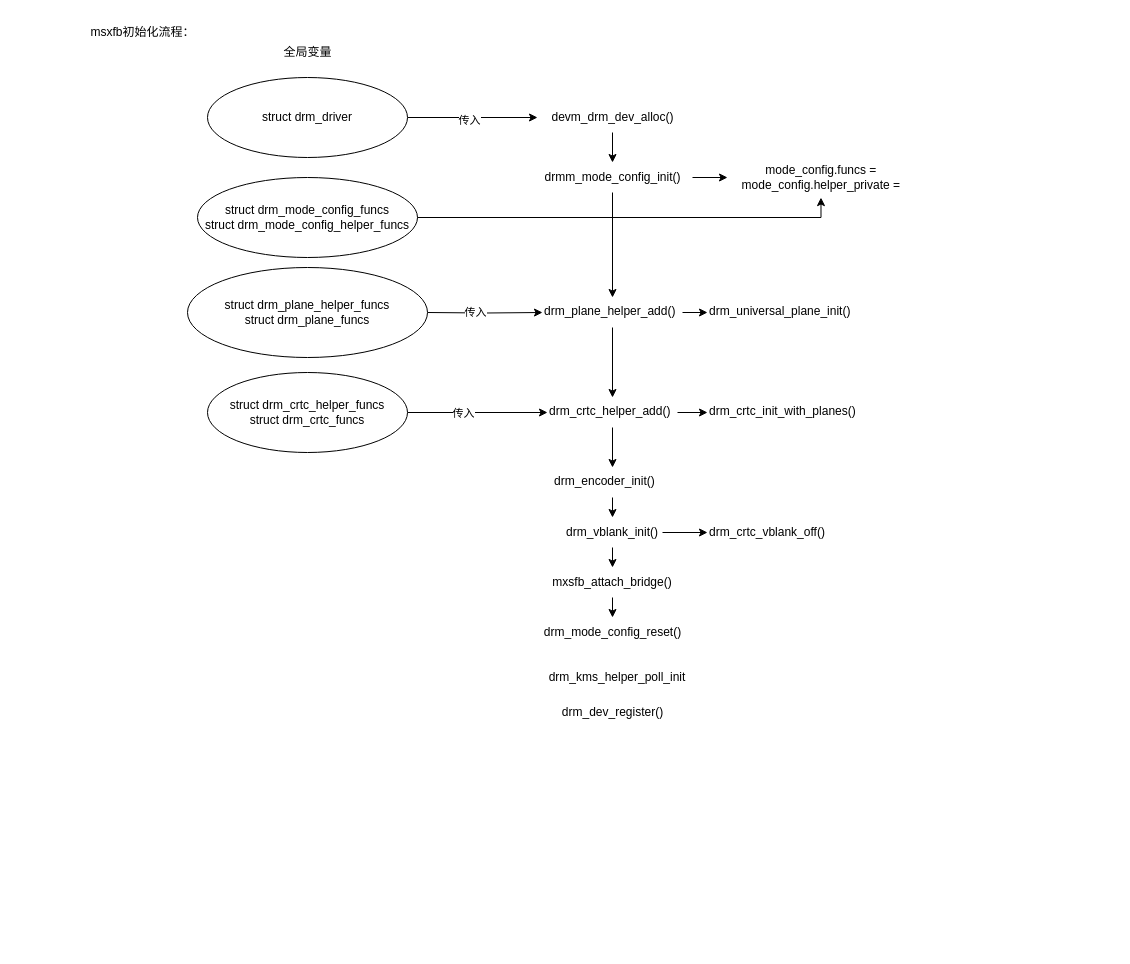
This is drm_driver_init.drawio from YC-Xiang/draw.io, a draw.io file, before an edit. Source tidied: cells renumbered, new cells numbered last; positions are measured from the earlier drawing's top-left corner, leaving out a move shared by most shapes. Both pictures are drawn from the tidied source at 100%, with x=0, y=0 at pixel (77, 17).
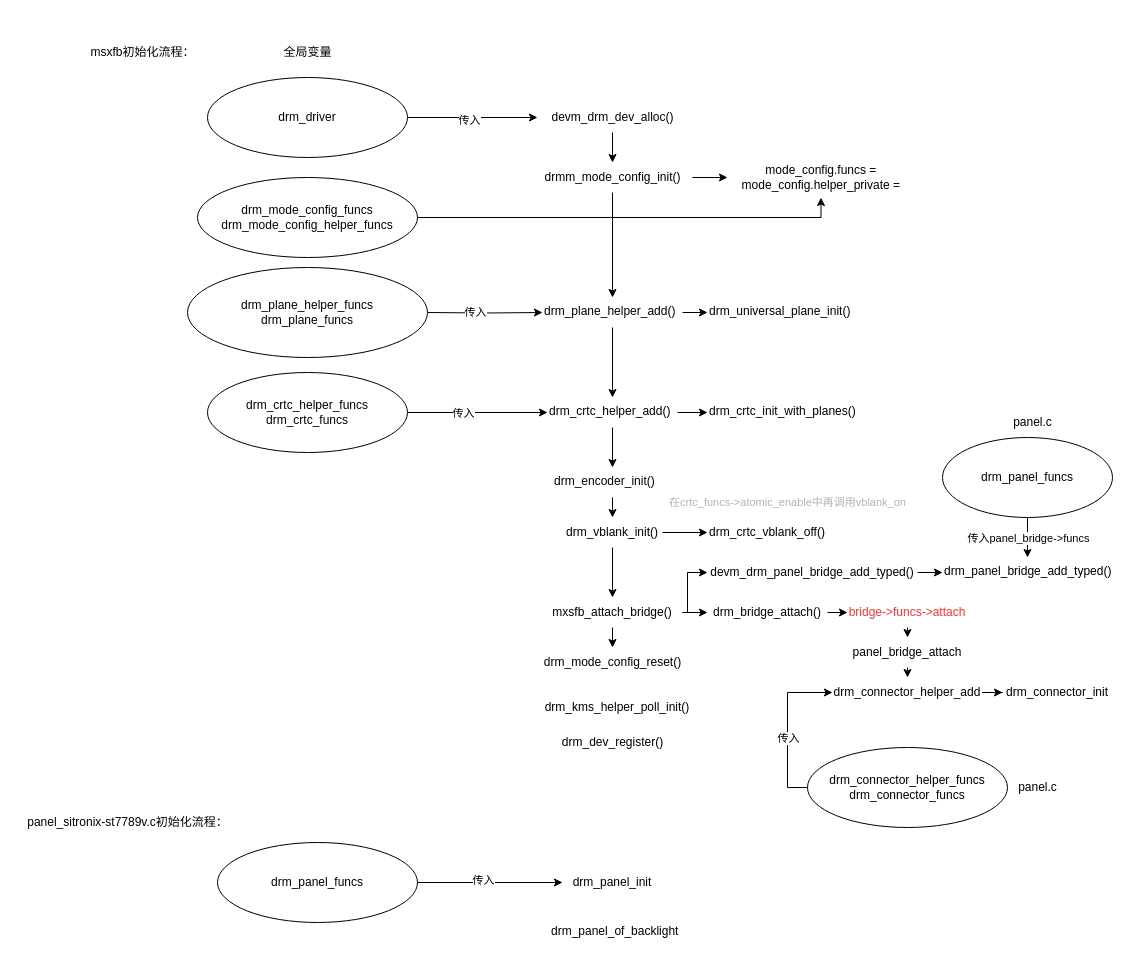
After the change.

The edit, as a diff of the source:
```diff
@@
     <mxCell id="4" value="drm_dev_register()" style="text;html=1;align=center;verticalAlign=middle;strokeColor=none;fillColor=none;" parent="1" vertex="1">
-      <mxGeometry x="475" y="680" width="120" height="30" as="geometry" />
+      <mxGeometry x="475" y="710" width="120" height="30" as="geometry" />
     </mxCell>
@@
-    <mxCell id="14" value="&lt;span style=&quot;text-align: left;&quot;&gt;struct drm_plane_helper_funcs&lt;/span&gt;&lt;div&gt;&lt;span style=&quot;text-align: left;&quot;&gt;struct drm_plane_funcs&lt;/span&gt;&lt;span style=&quot;text-align: left;&quot;&gt;&lt;br&gt;&lt;/span&gt;&lt;/div&gt;" style="ellipse;whiteSpace=wrap;html=1;" parent="1" vertex="1">
+    <mxCell id="14" value="&lt;span style=&quot;text-align: left;&quot;&gt;drm_plane_helper_funcs&lt;/span&gt;&lt;div&gt;&lt;span style=&quot;text-align: left;&quot;&gt;drm_plane_funcs&lt;/span&gt;&lt;span style=&quot;text-align: left;&quot;&gt;&lt;br&gt;&lt;/span&gt;&lt;/div&gt;" style="ellipse;whiteSpace=wrap;html=1;" parent="1" vertex="1">
       <mxGeometry x="110" y="250" width="240" height="90" as="geometry" />
     </mxCell>
@@
-    <mxCell id="17" value="&lt;div&gt;struct drm_crtc_helper_funcs&lt;/div&gt;struct drm_crtc_funcs" style="ellipse;whiteSpace=wrap;html=1;" parent="1" vertex="1">
+    <mxCell id="17" value="&lt;div&gt;drm_crtc_helper_funcs&lt;/div&gt;drm_crtc_funcs" style="ellipse;whiteSpace=wrap;html=1;" parent="1" vertex="1">
       <mxGeometry x="130" y="355" width="200" height="80" as="geometry" />
     </mxCell>
@@
     <mxCell id="24" value="msxfb初始化流程：" style="text;html=1;align=center;verticalAlign=middle;strokeColor=none;fillColor=none;" parent="1" vertex="1">
-      <mxGeometry width="130" height="30" as="geometry" />
+      <mxGeometry y="20" width="130" height="30" as="geometry" />
     </mxCell>
@@
+    <mxCell id="40" style="edgeStyle=orthogonalEdgeStyle;rounded=0;jettySize=auto;html=1;exitX=1;exitY=0.5;exitDx=0;exitDy=0;entryX=0;entryY=0.5;entryDx=0;entryDy=0;" parent="1" edge="1" source="29" target="43">
+      <mxGeometry relative="1" as="geometry" />
+    </mxCell>
+    <mxCell id="41" style="edgeStyle=orthogonalEdgeStyle;rounded=0;jettySize=auto;html=1;exitX=1;exitY=0.5;exitDx=0;exitDy=0;entryX=0;entryY=0.5;entryDx=0;entryDy=0;" parent="1" edge="1" source="29" target="62">
+      <mxGeometry relative="1" as="geometry">
+        <Array as="points">
+          <mxPoint x="610" y="595" />
+          <mxPoint x="610" y="555" />
+        </Array>
+      </mxGeometry>
+    </mxCell>
     <mxCell id="29" value="&lt;span style=&quot;text-wrap: nowrap;&quot;&gt;mxsfb_attach_bridge()&lt;/span&gt;" style="text;html=1;align=center;verticalAlign=middle;whiteSpace=wrap;rounded=0;" parent="1" vertex="1">
-      <mxGeometry x="465" y="550" width="140" height="30" as="geometry" />
+      <mxGeometry x="465" y="580" width="140" height="30" as="geometry" />
     </mxCell>
     <mxCell id="30" value="drm_mode_config_reset()" style="text;html=1;align=center;verticalAlign=middle;whiteSpace=wrap;rounded=0;" parent="1" vertex="1">
-      <mxGeometry x="482.5" y="600" width="105" height="30" as="geometry" />
+      <mxGeometry x="482.5" y="630" width="105" height="30" as="geometry" />
     </mxCell>
@@
-    <mxCell id="32" value="drm_kms_helper_poll_init" style="text;whiteSpace=wrap;html=1;align=center;verticalAlign=middle;" parent="1" vertex="1">
-      <mxGeometry x="465" y="644.5" width="150" height="30" as="geometry" />
+    <mxCell id="32" value="drm_kms_helper_poll_init()" style="text;whiteSpace=wrap;html=1;align=center;verticalAlign=middle;" parent="1" vertex="1">
+      <mxGeometry x="465" y="674.5" width="150" height="30" as="geometry" />
     </mxCell>
@@
-    <mxCell id="35" value="struct drm_driver" style="ellipse;whiteSpace=wrap;html=1;" parent="1" vertex="1">
+    <mxCell id="35" value="drm_driver" style="ellipse;whiteSpace=wrap;html=1;" parent="1" vertex="1">
       <mxGeometry x="130" y="60" width="200" height="80" as="geometry" />
     </mxCell>
-    <mxCell id="36" value="struct drm_mode_config_funcs&lt;div&gt;struct drm_mode_config_helper_funcs&lt;/div&gt;" style="ellipse;whiteSpace=wrap;html=1;" parent="1" vertex="1">
+    <mxCell id="36" value="drm_mode_config_funcs&lt;div&gt;drm_mode_config_helper_funcs&lt;/div&gt;" style="ellipse;whiteSpace=wrap;html=1;" parent="1" vertex="1">
       <mxGeometry x="120" y="160" width="220" height="80" as="geometry" />
     </mxCell>
@@
+    <mxCell id="42" style="edgeStyle=orthogonalEdgeStyle;rounded=0;jettySize=auto;html=1;exitX=1;exitY=0.5;exitDx=0;exitDy=0;entryX=0;entryY=0.5;entryDx=0;entryDy=0;" parent="1" edge="1" source="43" target="45">
+      <mxGeometry relative="1" as="geometry" />
+    </mxCell>
+    <mxCell id="43" value="drm_bridge_attach()" style="text;whiteSpace=wrap;html=1;align=center;verticalAlign=middle;" parent="1" vertex="1">
+      <mxGeometry x="630" y="580" width="120" height="30" as="geometry" />
+    </mxCell>
+    <mxCell id="44" style="edgeStyle=orthogonalEdgeStyle;rounded=0;jettySize=auto;html=1;exitX=0.5;exitY=1;exitDx=0;exitDy=0;entryX=0.5;entryY=0;entryDx=0;entryDy=0;" parent="1" edge="1" source="45" target="53">
+      <mxGeometry relative="1" as="geometry" />
+    </mxCell>
+    <mxCell id="45" value="&lt;font color=&quot;#ff3333&quot;&gt;bridge-&amp;gt;funcs-&amp;gt;attach&lt;/font&gt;" style="text;whiteSpace=wrap;html=1;align=center;verticalAlign=middle;" parent="1" vertex="1">
+      <mxGeometry x="770" y="580" width="120" height="30" as="geometry" />
+    </mxCell>
+    <mxCell id="46" style="edgeStyle=orthogonalEdgeStyle;rounded=0;jettySize=auto;html=1;exitX=1;exitY=0.5;exitDx=0;exitDy=0;" parent="1" edge="1" source="47" target="48">
+      <mxGeometry relative="1" as="geometry" />
+    </mxCell>
+    <mxCell id="47" value="&lt;font&gt;drm_connector_helper_add&lt;/font&gt;" style="text;whiteSpace=wrap;html=1;align=center;verticalAlign=middle;fontColor=#000000;" parent="1" vertex="1">
+      <mxGeometry x="755" y="660" width="150" height="30" as="geometry" />
+    </mxCell>
+    <mxCell id="48" value="drm_connector_init" style="text;whiteSpace=wrap;html=1;align=center;verticalAlign=middle;" parent="1" vertex="1">
+      <mxGeometry x="925" y="660" width="110" height="30" as="geometry" />
+    </mxCell>
+    <mxCell id="49" style="edgeStyle=orthogonalEdgeStyle;rounded=0;jettySize=auto;html=1;exitX=0;exitY=0.5;exitDx=0;exitDy=0;entryX=0;entryY=0.5;entryDx=0;entryDy=0;" parent="1" edge="1" source="51" target="47">
+      <mxGeometry relative="1" as="geometry">
+        <Array as="points">
+          <mxPoint x="710" y="770" />
+          <mxPoint x="710" y="675" />
+        </Array>
+      </mxGeometry>
+    </mxCell>
+    <mxCell id="50" value="传入" style="edgeLabel;html=1;align=center;verticalAlign=middle;" parent="49" vertex="1">
+      <mxGeometry x="-0.75" y="2" relative="1" as="geometry">
+        <mxPoint x="2" y="-50" as="offset" />
+      </mxGeometry>
+    </mxCell>
+    <mxCell id="51" value="&lt;div&gt;drm_connector_helper_funcs&lt;/div&gt;drm_connector_funcs" style="ellipse;whiteSpace=wrap;html=1;" parent="1" vertex="1">
+      <mxGeometry x="730" y="730" width="200" height="80" as="geometry" />
+    </mxCell>
+    <mxCell id="52" style="edgeStyle=orthogonalEdgeStyle;rounded=0;jettySize=auto;html=1;exitX=0.5;exitY=1;exitDx=0;exitDy=0;entryX=0.5;entryY=0;entryDx=0;entryDy=0;" parent="1" edge="1" source="53" target="47">
+      <mxGeometry relative="1" as="geometry" />
+    </mxCell>
+    <mxCell id="53" value="panel_bridge_attach" style="text;whiteSpace=wrap;html=1;align=center;verticalAlign=middle;fontColor=#000000;" parent="1" vertex="1">
+      <mxGeometry x="755" y="620" width="150" height="30" as="geometry" />
+    </mxCell>
+    <mxCell id="54" value="panel.c" style="text;html=1;align=center;verticalAlign=middle;strokeColor=none;fillColor=none;" parent="1" vertex="1">
+      <mxGeometry x="930" y="755" width="60" height="30" as="geometry" />
+    </mxCell>
+    <mxCell id="55" value="panel_sitronix-st7789v.c初始化流程：" style="text;html=1;align=center;verticalAlign=middle;strokeColor=none;fillColor=none;" parent="1" vertex="1">
+      <mxGeometry x="-60" y="790" width="220" height="30" as="geometry" />
+    </mxCell>
+    <mxCell id="56" value="drm_panel_init" style="text;whiteSpace=wrap;html=1;align=center;verticalAlign=middle;" parent="1" vertex="1">
+      <mxGeometry x="485" y="850" width="100" height="30" as="geometry" />
+    </mxCell>
+    <mxCell id="57" value="drm_panel_of_backlight" style="text;whiteSpace=wrap;html=1;" parent="1" vertex="1">
+      <mxGeometry x="472" y="900" width="136" height="30" as="geometry" />
+    </mxCell>
+    <mxCell id="58" style="edgeStyle=orthogonalEdgeStyle;rounded=0;jettySize=auto;html=1;entryX=0;entryY=0.5;entryDx=0;entryDy=0;" parent="1" edge="1" source="60" target="56">
+      <mxGeometry relative="1" as="geometry" />
+    </mxCell>
+    <mxCell id="59" value="传入" style="edgeLabel;html=1;align=center;verticalAlign=middle;" parent="58" vertex="1">
+      <mxGeometry x="-0.11" y="3" relative="1" as="geometry" />
+    </mxCell>
+    <mxCell id="60" value="drm_panel_funcs&lt;div&gt;&lt;/div&gt;" style="ellipse;whiteSpace=wrap;html=1;" parent="1" vertex="1">
+      <mxGeometry x="140" y="825" width="200" height="80" as="geometry" />
+    </mxCell>
+    <mxCell id="61" style="edgeStyle=orthogonalEdgeStyle;rounded=0;jettySize=auto;html=1;exitX=1;exitY=0.5;exitDx=0;exitDy=0;entryX=0;entryY=0.5;entryDx=0;entryDy=0;" parent="1" edge="1" source="62" target="63">
+      <mxGeometry relative="1" as="geometry" />
+    </mxCell>
+    <mxCell id="62" value="devm_drm_panel_bridge_add_typed()" style="text;whiteSpace=wrap;html=1;align=center;verticalAlign=middle;" parent="1" vertex="1">
+      <mxGeometry x="630" y="540" width="210" height="30" as="geometry" />
+    </mxCell>
+    <mxCell id="63" value="drm_panel_bridge_add_typed()" style="text;whiteSpace=wrap;html=1;" parent="1" vertex="1">
+      <mxGeometry x="865" y="540" width="170" height="30" as="geometry" />
+    </mxCell>
+    <mxCell id="64" style="edgeStyle=orthogonalEdgeStyle;rounded=0;jettySize=auto;html=1;exitX=0.5;exitY=1;exitDx=0;exitDy=0;entryX=0.5;entryY=0;entryDx=0;entryDy=0;" parent="1" edge="1" source="66" target="63">
+      <mxGeometry relative="1" as="geometry" />
+    </mxCell>
+    <mxCell id="65" value="传入panel_bridge-&amp;gt;funcs" style="edgeLabel;html=1;align=center;verticalAlign=middle;" parent="64" vertex="1">
+      <mxGeometry x="-0.36" y="4" relative="1" as="geometry">
+        <mxPoint x="-4" y="7" as="offset" />
+      </mxGeometry>
+    </mxCell>
+    <mxCell id="66" value="drm_panel_funcs&lt;div&gt;&lt;/div&gt;" style="ellipse;whiteSpace=wrap;html=1;" parent="1" vertex="1">
+      <mxGeometry x="865" y="420" width="170" height="80" as="geometry" />
+    </mxCell>
+    <mxCell id="67" value="panel.c" style="text;html=1;align=center;verticalAlign=middle;strokeColor=none;fillColor=none;" parent="1" vertex="1">
+      <mxGeometry x="925" y="390" width="60" height="30" as="geometry" />
+    </mxCell>
+    <mxCell id="68" value="&lt;font color=&quot;#b3b3b3&quot; style=&quot;font-size: 11px;&quot;&gt;在crtc_funcs-&amp;gt;atomic_enable中再调用vblank_on&lt;/font&gt;" style="text;html=1;align=center;verticalAlign=middle;strokeColor=none;fillColor=none;" parent="1" vertex="1">
+      <mxGeometry x="580" y="470" width="260" height="30" as="geometry" />
+    </mxCell>
```
